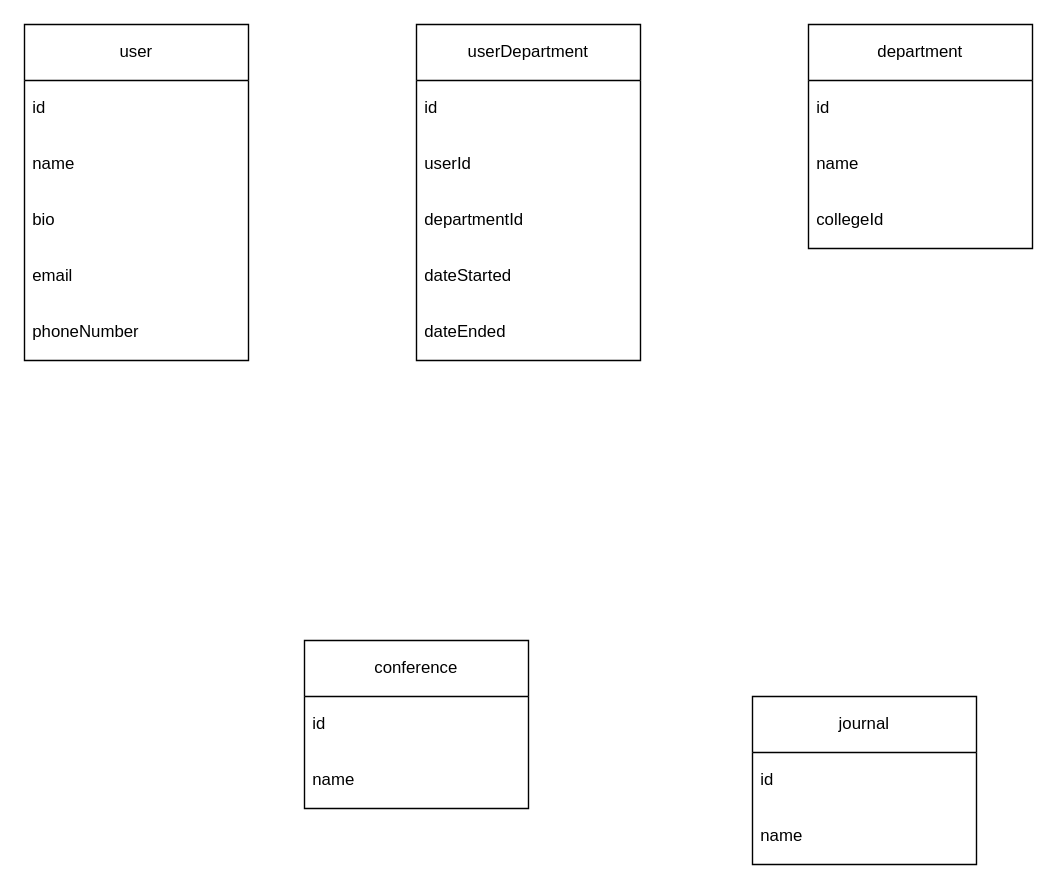
Above: architecture/ProjectX76-A.drawio in X76-A/documents (draw.io), before the change. Source tidied: cells renumbered, new cells numbered last; positions are measured from the earlier drawing's top-left corner, leaving out a move shared by most shapes. Both pictures are drawn from the tidied source at 140%, with x=0, y=0 at pixel (24, 24).
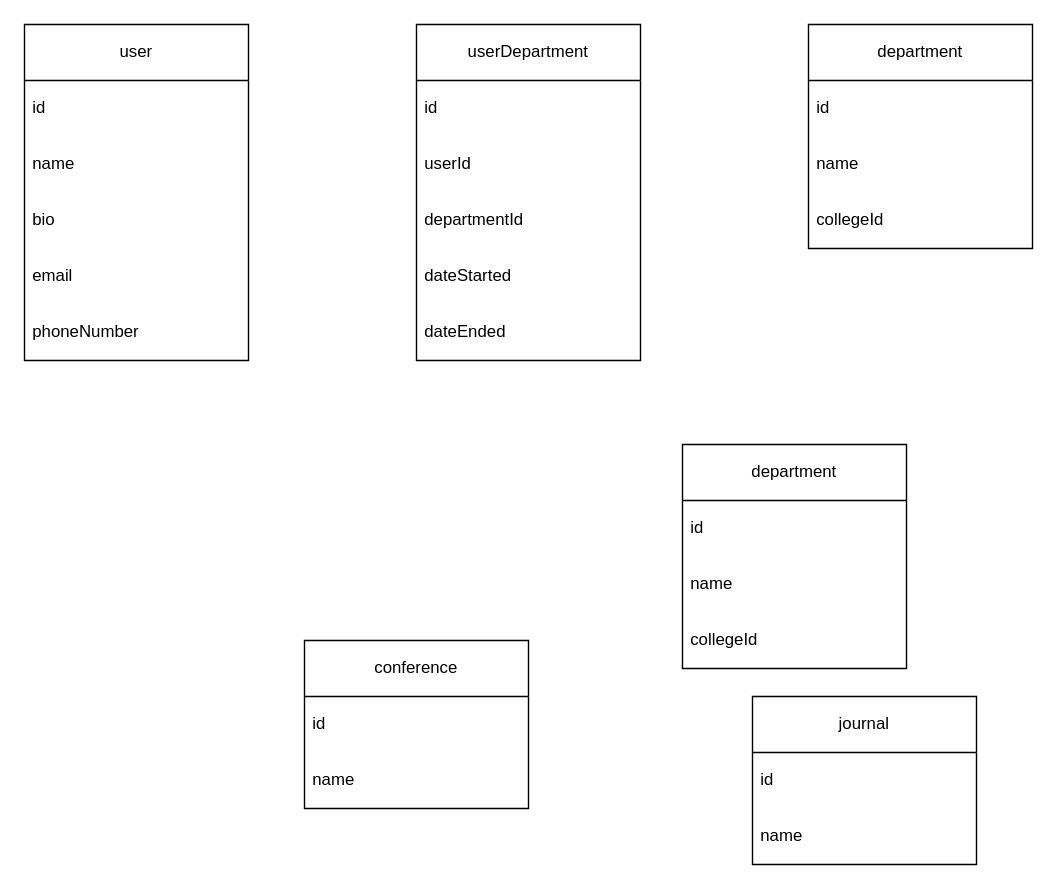
After the change.

The edit, as a diff of the source:
```diff
@@
+    <mxCell id="24" value="department" style="swimlane;fontStyle=0;horizontal=1;startSize=40;whiteSpace=wrap;html=1;" parent="1" vertex="1">
+      <mxGeometry x="470" y="300" width="160" height="160" as="geometry" />
+    </mxCell>
+    <mxCell id="25" value="id" style="text;strokeColor=none;fillColor=none;align=left;verticalAlign=middle;spacingLeft=4;spacingRight=4;overflow=hidden;whiteSpace=wrap;html=1;" parent="24" vertex="1">
+      <mxGeometry y="40" width="160" height="40" as="geometry" />
+    </mxCell>
+    <mxCell id="26" value="name" style="text;strokeColor=none;fillColor=none;align=left;verticalAlign=middle;spacingLeft=4;spacingRight=4;overflow=hidden;whiteSpace=wrap;html=1;" parent="24" vertex="1">
+      <mxGeometry y="80" width="160" height="40" as="geometry" />
+    </mxCell>
+    <mxCell id="27" value="collegeId" style="text;strokeColor=none;fillColor=none;align=left;verticalAlign=middle;spacingLeft=4;spacingRight=4;overflow=hidden;whiteSpace=wrap;html=1;" parent="24" vertex="1">
+      <mxGeometry y="120" width="160" height="40" as="geometry" />
+    </mxCell>
```
